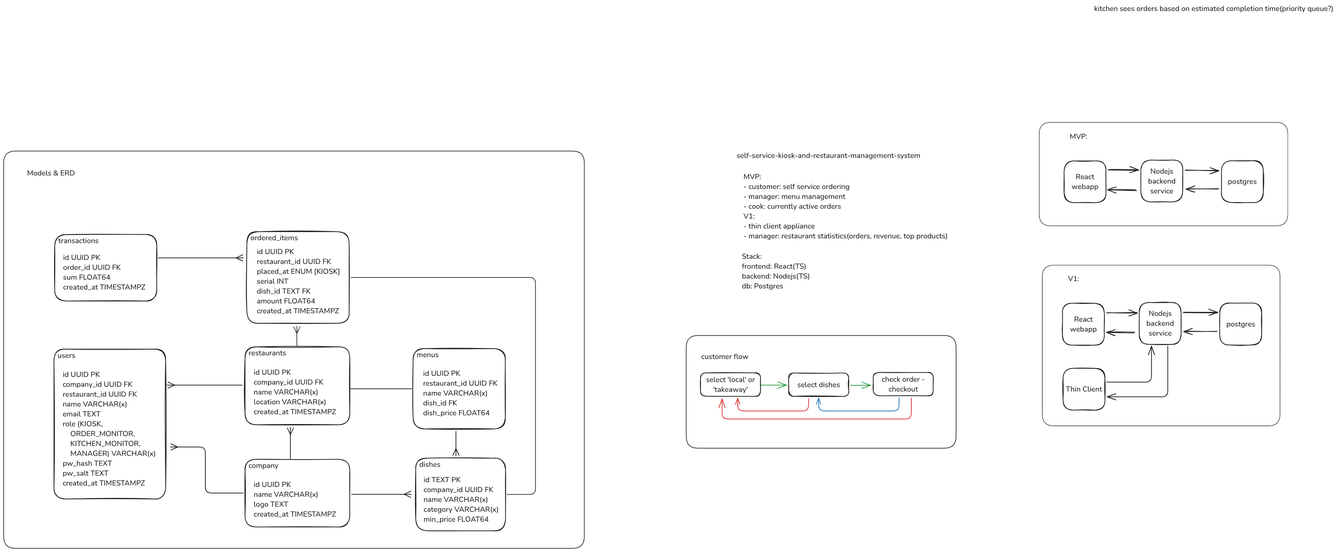
Before: docs/system.excalidraw.png, a diagram exported from Excalidraw (mrtnstl/self-service-kiosk-and-restaurant-management-system). Source tidied: one line per element, renumbered; positions are measured from the earlier drawing's top-left corner, leaving out a move shared by most shapes.
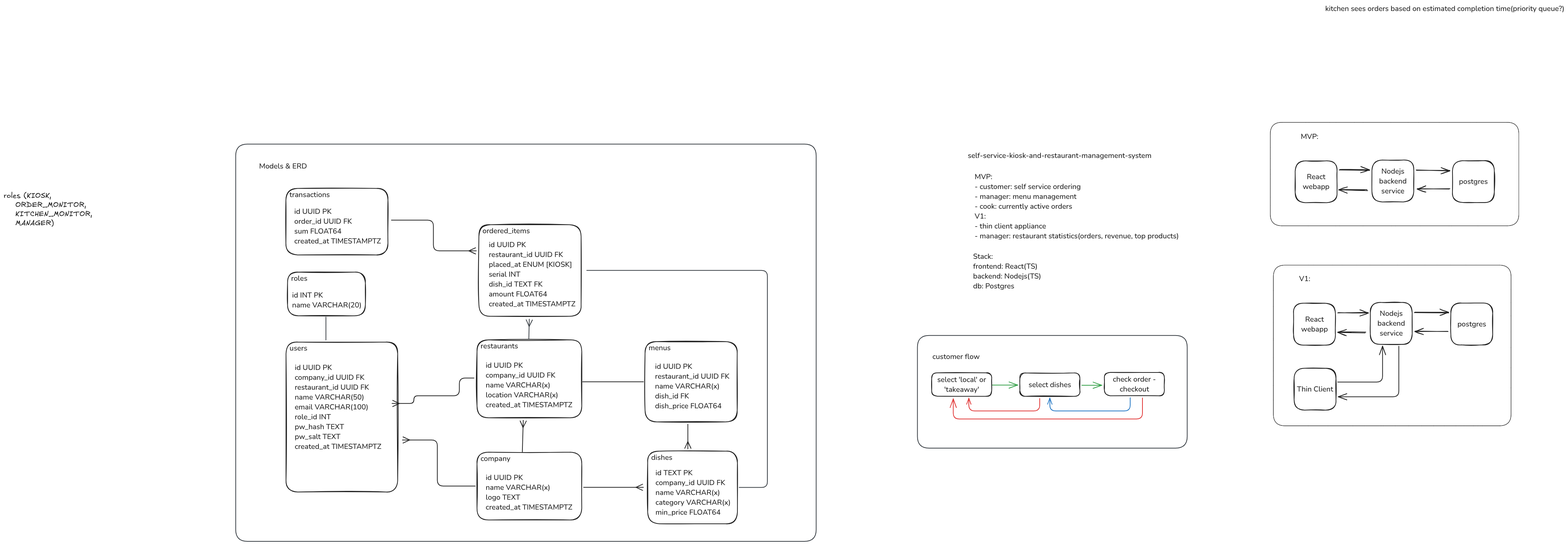
After the change.

Change to the diagram source:
```diff
@@ -43,35 +43,40 @@
 {"id": 42, "type": "arrow", "strokeColor": "#1971c2", "strokeWidth": 2, "roughness": 0, "endArrowhead": "arrow", "from": 37, "to": 35, "x": 2449, "y": 1078, "width": 220, "height": 36, "points": [[0, 0], [0, 36], [-220, 36], [-220, 1]]}
 {"id": 43, "type": "arrow", "strokeColor": "#e03131", "strokeWidth": 2, "roughness": 0, "endArrowhead": "arrow", "from": 37, "to": 33, "x": 2482, "y": 1079, "width": 518, "height": 57, "points": [[0, 0], [0, 57], [-518, 57], [-518, 3]]}
 {"id": 44, "type": "rectangle", "strokeColor": "#343a40", "strokeWidth": 2, "roughness": 0, "round": true, "x": 1866, "y": 908, "width": 738, "height": 308}
-{"id": 45, "type": "text", "text": "Models & ERD", "strokeColor": "#1e1e1e", "strokeWidth": 2, "roughness": 1, "fontSize": 20, "fontFamily": 6, "x": 64, "y": 450, "width": 131, "height": 27}
+{"id": 45, "type": "text", "text": "Models & ERD", "strokeColor": "#1e1e1e", "strokeWidth": 2, "roughness": 1, "fontSize": 20, "fontFamily": 6, "x": 66, "y": 431, "width": 131, "height": 27}
-{"id": 46, "type": "rectangle", "strokeColor": "#1e1e1e", "strokeWidth": 2, "roughness": 1, "round": true, "x": 660, "y": 939, "width": 287, "height": 213}
+{"id": 46, "type": "rectangle", "strokeColor": "#1e1e1e", "strokeWidth": 2, "roughness": 1, "round": true, "x": 662, "y": 920, "width": 287, "height": 213}
-{"id": 47, "type": "text", "text": "restaurants", "strokeColor": "#1e1e1e", "strokeWidth": 2, "roughness": 1, "fontSize": 20, "fontFamily": 6, "x": 670, "y": 942, "width": 103, "height": 27}
+{"id": 47, "type": "text", "text": "restaurants", "strokeColor": "#1e1e1e", "strokeWidth": 2, "roughness": 1, "fontSize": 20, "fontFamily": 6, "x": 672, "y": 923, "width": 103, "height": 27}
-{"id": 48, "type": "text", "text": "id UUID PK\ncompany_id UUID FK\nname VARCHAR(x)\nlocation VARCHAR(x)\ncreated_at TIMESTAMPZ", "strokeColor": "#1e1e1e", "strokeWidth": 2, "roughness": 1, "fontSize": 20, "fontFamily": 6, "x": 684, "y": 995, "width": 225, "height": 135}
+{"id": 48, "type": "text", "text": "id UUID PK\ncompany_id UUID FK\nname VARCHAR(x)\nlocation VARCHAR(x)\ncreated_at TIMESTAMPTZ", "strokeColor": "#1e1e1e", "strokeWidth": 2, "roughness": 1, "fontSize": 20, "fontFamily": 6, "x": 686, "y": 976, "width": 237, "height": 135}
-{"id": 49, "type": "rectangle", "strokeColor": "#1e1e1e", "strokeWidth": 2, "roughness": 1, "round": true, "x": 1120, "y": 943, "width": 252, "height": 220}
+{"id": 49, "type": "rectangle", "strokeColor": "#1e1e1e", "strokeWidth": 2, "roughness": 1, "round": true, "x": 1121, "y": 924, "width": 252, "height": 220}
-{"id": 50, "type": "text", "text": "menus", "strokeColor": "#1e1e1e", "strokeWidth": 2, "roughness": 1, "fontSize": 20, "fontFamily": 6, "x": 1129, "y": 947, "width": 60, "height": 27}
+{"id": 50, "type": "text", "text": "menus", "strokeColor": "#1e1e1e", "strokeWidth": 2, "roughness": 1, "fontSize": 20, "fontFamily": 6, "x": 1131, "y": 928, "width": 60, "height": 27}
-{"id": 51, "type": "text", "text": "id UUID PK\nrestaurant_id UUID FK\nname VARCHAR(x)\ndish_id FK\ndish_price FLOAT64", "strokeColor": "#1e1e1e", "strokeWidth": 2, "roughness": 1, "fontSize": 20, "fontFamily": 6, "x": 1147, "y": 998, "width": 203, "height": 135}
+{"id": 51, "type": "text", "text": "id UUID PK\nrestaurant_id UUID FK\nname VARCHAR(x)\ndish_id FK\ndish_price FLOAT64", "strokeColor": "#1e1e1e", "strokeWidth": 2, "roughness": 1, "fontSize": 20, "fontFamily": 6, "x": 1149, "y": 979, "width": 203, "height": 135}
-{"id": 52, "type": "rectangle", "strokeColor": "#1e1e1e", "strokeWidth": 2, "roughness": 1, "round": true, "x": 1127, "y": 1243, "width": 246, "height": 199}
+{"id": 52, "type": "rectangle", "strokeColor": "#1e1e1e", "strokeWidth": 2, "roughness": 1, "round": true, "x": 1129, "y": 1224, "width": 246, "height": 199}
-{"id": 53, "type": "text", "text": "dishes", "strokeColor": "#1e1e1e", "strokeWidth": 2, "roughness": 1, "fontSize": 20, "fontFamily": 6, "x": 1137, "y": 1247, "width": 58, "height": 27}
+{"id": 53, "type": "text", "text": "dishes", "strokeColor": "#1e1e1e", "strokeWidth": 2, "roughness": 1, "fontSize": 20, "fontFamily": 6, "x": 1138, "y": 1228, "width": 58, "height": 27}
-{"id": 54, "type": "text", "text": "id TEXT PK\ncompany_id UUID FK\nname VARCHAR(x)\ncategory VARCHAR(x)\nmin_price FLOAT64", "strokeColor": "#1e1e1e", "strokeWidth": 2, "roughness": 1, "fontSize": 20, "fontFamily": 6, "x": 1148, "y": 1289, "width": 205, "height": 135}
+{"id": 54, "type": "text", "text": "id TEXT PK\ncompany_id UUID FK\nname VARCHAR(x)\ncategory VARCHAR(x)\nmin_price FLOAT64", "strokeColor": "#1e1e1e", "strokeWidth": 2, "roughness": 1, "fontSize": 20, "fontFamily": 6, "x": 1150, "y": 1270, "width": 205, "height": 135}
-{"id": 55, "type": "rectangle", "strokeColor": "#1e1e1e", "strokeWidth": 2, "roughness": 1, "round": true, "x": 665, "y": 624, "width": 280, "height": 251}
+{"id": 55, "type": "rectangle", "strokeColor": "#1e1e1e", "strokeWidth": 2, "roughness": 1, "round": true, "x": 667, "y": 605, "width": 280, "height": 251}
-{"id": 56, "type": "text", "text": "ordered_items", "strokeColor": "#1e1e1e", "strokeWidth": 2, "roughness": 1, "fontSize": 20, "fontFamily": 6, "x": 675, "y": 627, "width": 130, "height": 27}
+{"id": 56, "type": "text", "text": "ordered_items", "strokeColor": "#1e1e1e", "strokeWidth": 2, "roughness": 1, "fontSize": 20, "fontFamily": 6, "x": 677, "y": 608, "width": 130, "height": 27}
-{"id": 57, "type": "text", "text": "id UUID PK\nrestaurant_id UUID FK\nplaced_at ENUM [KIOSK]\nserial INT\ndish_id TEXT FK\namount FLOAT64\ncreated_at TIMESTAMPZ", "strokeColor": "#1e1e1e", "strokeWidth": 2, "roughness": 1, "fontSize": 20, "fontFamily": 6, "x": 692, "y": 665, "width": 228, "height": 189}
+{"id": 57, "type": "text", "text": "id UUID PK\nrestaurant_id UUID FK\nplaced_at ENUM [KIOSK]\nserial INT\ndish_id TEXT FK\namount FLOAT64\ncreated_at TIMESTAMPTZ", "strokeColor": "#1e1e1e", "strokeWidth": 2, "roughness": 1, "fontSize": 20, "fontFamily": 6, "x": 694, "y": 646, "width": 237, "height": 189}
-{"id": 58, "type": "rectangle", "strokeColor": "#1e1e1e", "strokeWidth": 2, "roughness": 1, "round": true, "x": 140, "y": 632, "width": 279, "height": 182}
+{"id": 58, "type": "rectangle", "strokeColor": "#1e1e1e", "strokeWidth": 2, "roughness": 1, "round": true, "x": 139, "y": 505, "width": 279, "height": 182}
-{"id": 59, "type": "text", "text": "transactions", "strokeColor": "#1e1e1e", "strokeWidth": 2, "roughness": 1, "fontSize": 20, "fontFamily": 6, "x": 149, "y": 635, "width": 110, "height": 27}
+{"id": 59, "type": "text", "text": "transactions", "strokeColor": "#1e1e1e", "strokeWidth": 2, "roughness": 1, "fontSize": 20, "fontFamily": 6, "x": 149, "y": 509, "width": 110, "height": 27}
-{"id": 60, "type": "text", "text": "id UUID PK\norder_id UUID FK\nsum FLOAT64\ncreated_at TIMESTAMPZ", "strokeColor": "#1e1e1e", "strokeWidth": 2, "roughness": 1, "fontSize": 20, "fontFamily": 6, "x": 163, "y": 681, "width": 225, "height": 108}
+{"id": 60, "type": "text", "text": "id UUID PK\norder_id UUID FK\nsum FLOAT64\ncreated_at TIMESTAMPTZ", "strokeColor": "#1e1e1e", "strokeWidth": 2, "roughness": 1, "fontSize": 20, "fontFamily": 6, "x": 162, "y": 555, "width": 237, "height": 108}
-{"id": 61, "type": "rectangle", "strokeColor": "#1e1e1e", "strokeWidth": 2, "roughness": 1, "round": true, "x": 138, "y": 945, "width": 305, "height": 410}
+{"id": 61, "type": "rectangle", "strokeColor": "#1e1e1e", "strokeWidth": 2, "roughness": 1, "round": true, "x": 139, "y": 926, "width": 305, "height": 410}
-{"id": 62, "type": "text", "text": "users", "strokeColor": "#1e1e1e", "strokeWidth": 2, "roughness": 1, "fontSize": 20, "fontFamily": 6, "x": 147, "y": 948, "width": 48, "height": 27}
+{"id": 62, "type": "text", "text": "users", "strokeColor": "#1e1e1e", "strokeWidth": 2, "roughness": 1, "fontSize": 20, "fontFamily": 6, "x": 149, "y": 929, "width": 48, "height": 27}
-{"id": 63, "type": "text", "text": "id UUID PK\ncompany_id UUID FK\nrestaurant_id UUID FK\nname VARCHAR(x)\nemail TEXT\nrole (KIOSK, \n    ORDER_MONITOR, \n    KITCHEN_MONITOR, \n    MANAGER) VARCHAR(x)\npw_hash TEXT\npw_salt TEXT\ncreated_at TIMESTAMPZ", "strokeColor": "#1e1e1e", "strokeWidth": 2, "roughness": 1, "fontSize": 20, "fontFamily": 6, "x": 161, "y": 1001, "width": 255, "height": 324}
+{"id": 63, "type": "text", "text": "id UUID PK\ncompany_id UUID FK\nrestaurant_id UUID FK\nname VARCHAR(50)\nemail VARCHAR(100)\nrole_id INT\npw_hash TEXT\npw_salt TEXT\ncreated_at TIMESTAMPTZ", "strokeColor": "#1e1e1e", "strokeWidth": 2, "roughness": 1, "fontSize": 20, "fontFamily": 6, "x": 163, "y": 982, "width": 237, "height": 243}
-{"id": 64, "type": "arrow", "strokeColor": "#1e1e1e", "strokeWidth": 2, "roughness": 0, "round": true, "to": 51, "x": 949, "y": 1054, "width": 166, "height": 0, "points": [[0, 0], [166, 0]]}
+{"id": 64, "type": "arrow", "strokeColor": "#1e1e1e", "strokeWidth": 2, "roughness": 0, "round": true, "to": 51, "x": 951, "y": 1035, "width": 166, "height": 0, "points": [[0, 0], [166, 0]]}
-{"id": 65, "type": "rectangle", "strokeColor": "#1e1e1e", "strokeWidth": 2, "roughness": 1, "round": true, "x": 660, "y": 1246, "width": 287, "height": 185}
+{"id": 65, "type": "rectangle", "strokeColor": "#1e1e1e", "strokeWidth": 2, "roughness": 1, "round": true, "x": 662, "y": 1227, "width": 287, "height": 185}
-{"id": 66, "type": "text", "text": "company", "strokeColor": "#1e1e1e", "strokeWidth": 2, "roughness": 1, "fontSize": 20, "fontFamily": 6, "x": 670, "y": 1250, "width": 82, "height": 27}
+{"id": 66, "type": "text", "text": "company", "strokeColor": "#1e1e1e", "strokeWidth": 2, "roughness": 1, "fontSize": 20, "fontFamily": 6, "x": 672, "y": 1231, "width": 82, "height": 27}
-{"id": 67, "type": "text", "text": "id UUID PK\nname VARCHAR(x)\nlogo TEXT\ncreated_at TIMESTAMPZ", "strokeColor": "#1e1e1e", "strokeWidth": 2, "roughness": 1, "fontSize": 20, "fontFamily": 6, "x": 684, "y": 1302, "width": 225, "height": 108}
+{"id": 67, "type": "text", "text": "id UUID PK\nname VARCHAR(x)\nlogo TEXT\ncreated_at TIMESTAMPTZ", "strokeColor": "#1e1e1e", "strokeWidth": 2, "roughness": 1, "fontSize": 20, "fontFamily": 6, "x": 686, "y": 1283, "width": 237, "height": 108}
-{"id": 68, "type": "arrow", "strokeColor": "#1e1e1e", "strokeWidth": 2, "roughness": 0, "endArrowhead": "crowfoot_many", "round": true, "to": 48, "x": 784, "y": 1245, "width": 0, "height": 86, "points": [[0, 0], [0, -86]]}
+{"id": 68, "type": "arrow", "strokeColor": "#1e1e1e", "strokeWidth": 2, "roughness": 0, "endArrowhead": "crowfoot_many", "round": true, "to": 48, "x": 786, "y": 1226, "width": 2, "height": 86, "points": [[0, 0], [2, -86]]}
-{"id": 69, "type": "arrow", "strokeColor": "#1e1e1e", "strokeWidth": 2, "roughness": 0, "endArrowhead": "crowfoot_many", "round": true, "x": 952, "y": 1342, "width": 163, "height": 0, "points": [[0, 0], [163, 0]]}
+{"id": 69, "type": "arrow", "strokeColor": "#1e1e1e", "strokeWidth": 2, "roughness": 0, "endArrowhead": "crowfoot_many", "round": true, "x": 953, "y": 1323, "width": 163, "height": 0, "points": [[0, 0], [163, 0]]}
-{"id": 70, "type": "arrow", "strokeColor": "#1e1e1e", "strokeWidth": 2, "roughness": 0, "endArrowhead": "crowfoot_many", "round": true, "x": 1237, "y": 1170, "width": 0, "height": 67, "points": [[0, 0], [0, 67]]}
+{"id": 70, "type": "arrow", "strokeColor": "#1e1e1e", "strokeWidth": 2, "roughness": 0, "endArrowhead": "crowfoot_many", "round": true, "x": 1239, "y": 1151, "width": 0, "height": 67, "points": [[0, 0], [0, 67]]}
-{"id": 71, "type": "arrow", "strokeColor": "#1e1e1e", "strokeWidth": 2, "roughness": 0, "endArrowhead": "crowfoot_many", "x": 423, "y": 696, "width": 232, "height": 0, "points": [[0, 0], [232, 0]]}
+{"id": 71, "type": "arrow", "strokeColor": "#1e1e1e", "strokeWidth": 2, "roughness": 0, "endArrowhead": "crowfoot_many", "from": 58, "to": 55, "x": 428, "y": 592, "width": 232, "height": 84, "points": [[0, 0], [115, 0], [115, 84], [232, 84]]}
-{"id": 72, "type": "arrow", "strokeColor": "#1e1e1e", "strokeWidth": 2, "roughness": 0, "endArrowhead": "crowfoot_many", "from": 48, "to": 63, "x": 652, "y": 1043, "width": 204, "height": 0, "points": [[0, 0], [-204, 0]]}
+{"id": 72, "type": "arrow", "strokeColor": "#1e1e1e", "strokeWidth": 2, "roughness": 0, "endArrowhead": "crowfoot_many", "from": 46, "to": 63, "x": 654, "y": 1024, "width": 224, "height": 69, "points": [[0, 0], [-40, 0], [-40, 48], [-164, 48], [-164, 69], [-224, 69]]}
-{"id": 73, "type": "arrow", "strokeColor": "#1e1e1e", "strokeWidth": 2, "roughness": 0, "endArrowhead": "crowfoot_many", "from": 65, "to": 61, "x": 655, "y": 1339, "width": 199, "height": 126, "points": [[0, 0], [-103, 0], [-103, -126], [-199, -126]]}
+{"id": 73, "type": "arrow", "strokeColor": "#1e1e1e", "strokeWidth": 2, "roughness": 0, "endArrowhead": "crowfoot_many", "from": 65, "to": 61, "x": 657, "y": 1320, "width": 199, "height": 126, "points": [[0, 0], [-103, 0], [-103, -126], [-199, -126]]}
-{"id": 74, "type": "rectangle", "strokeColor": "#343a40", "strokeWidth": 2, "roughness": 0, "round": true, "x": 0, "y": 403, "width": 1588, "height": 1087}
+{"id": 74, "type": "rectangle", "strokeColor": "#343a40", "strokeWidth": 2, "roughness": 0, "round": true, "x": 2, "y": 384, "width": 1588, "height": 1087}
-{"id": 75, "type": "arrow", "strokeColor": "#343a40", "strokeWidth": 2, "roughness": 0, "endArrowhead": "crowfoot_many", "from": 47, "to": 57, "x": 802, "y": 937, "width": 0, "height": 55, "points": [[0, 0], [0, -55]]}
+{"id": 75, "type": "arrow", "strokeColor": "#343a40", "strokeWidth": 2, "roughness": 0, "endArrowhead": "crowfoot_many", "to": 57, "x": 804, "y": 918, "width": 1, "height": 55, "points": [[0, 0], [1, -55]]}
-{"id": 76, "type": "arrow", "strokeColor": "#343a40", "strokeWidth": 2, "roughness": 0, "from": 52, "to": 57, "x": 1377, "y": 1343, "width": 505, "height": 594, "points": [[0, 0], [77, 0], [77, -594], [-428, -594]]}
+{"id": 76, "type": "arrow", "strokeColor": "#343a40", "strokeWidth": 2, "roughness": 0, "from": 52, "to": 57, "x": 1379, "y": 1324, "width": 494, "height": 594, "points": [[0, 0], [77, 0], [77, -594], [-417, -594]]}
+{"id": 77, "type": "rectangle", "strokeColor": "#1e1e1e", "strokeWidth": 2, "roughness": 1, "round": true, "x": 144, "y": 734, "width": 213, "height": 120}
+{"id": 78, "type": "text", "text": "roles", "strokeColor": "#1e1e1e", "strokeWidth": 2, "roughness": 1, "fontSize": 20, "fontFamily": 6, "x": 153, "y": 738, "width": 45, "height": 27}
+{"id": 79, "type": "text", "text": "id INT PK\nname VARCHAR(20)", "strokeColor": "#1e1e1e", "strokeWidth": 2, "roughness": 1, "fontSize": 20, "fontFamily": 6, "x": 156, "y": 784, "width": 190, "height": 54}
+{"id": 80, "type": "arrow", "strokeColor": "#343a40", "strokeWidth": 2, "roughness": 0, "from": 77, "to": 61, "x": 248, "y": 858, "width": 0, "height": 63, "points": [[0, 0], [0, 63]]}
+{"id": 81, "type": "text", "text": "roles (KIOSK, \n    ORDER_MONITOR, \n    KITCHEN_MONITOR, \n    MANAGER)", "strokeColor": "#1e1e1e", "strokeWidth": 2, "roughness": 1, "fontSize": 20, "fontFamily": 5, "x": -633, "y": 513, "width": 251, "height": 100}
```
